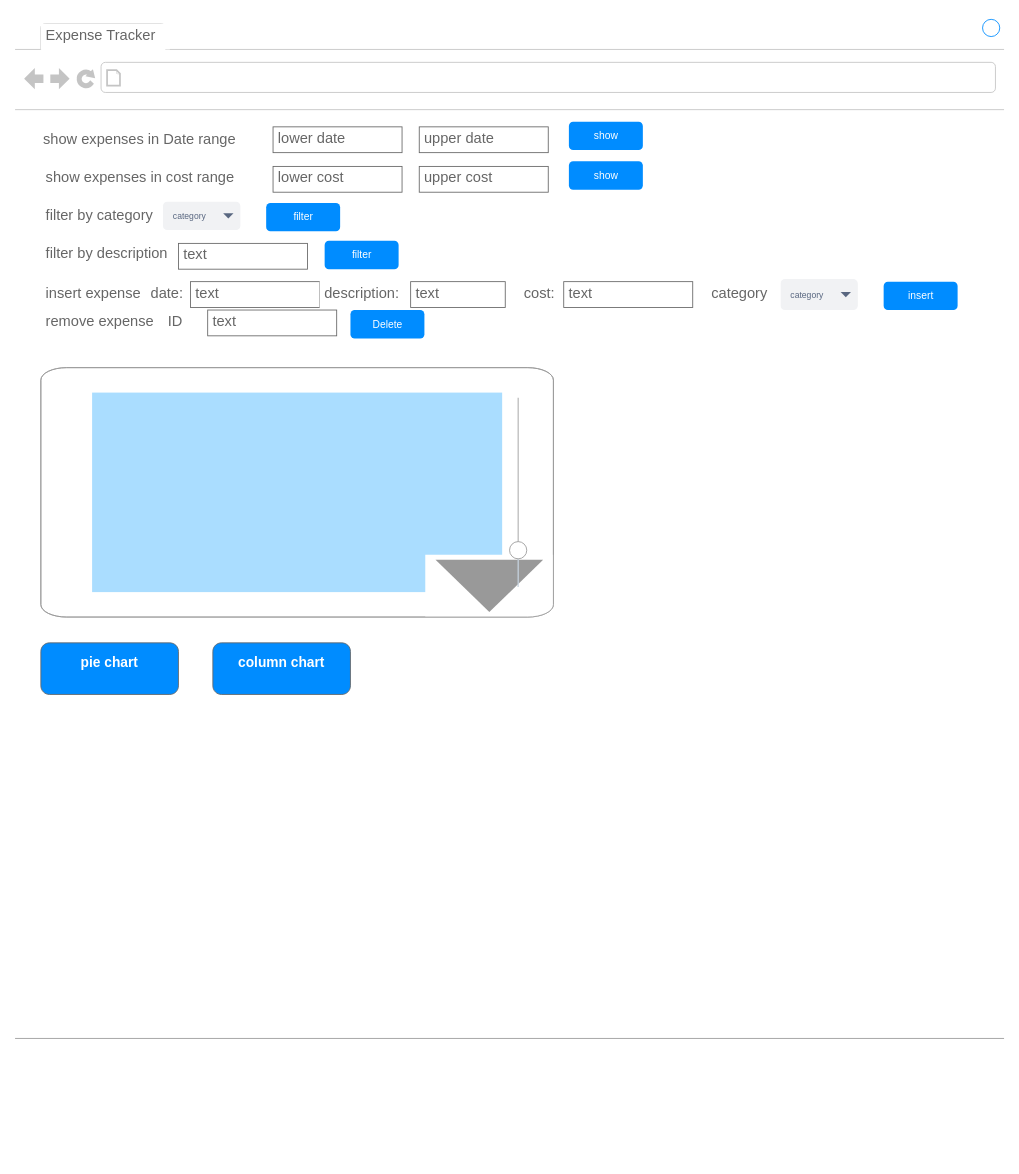
Expense-Tracker-BA/Expense-Tracker keeps this draw.io diagram as Docs/window_design.drawio. Above is the earlier version. Source tidied: cells renumbered, new cells numbered last; positions are measured from the earlier drawing's top-left corner, leaving out a move shared by most shapes. Both pictures are drawn from the tidied source at 86%, with x=0, y=0 at pixel (15, 15).
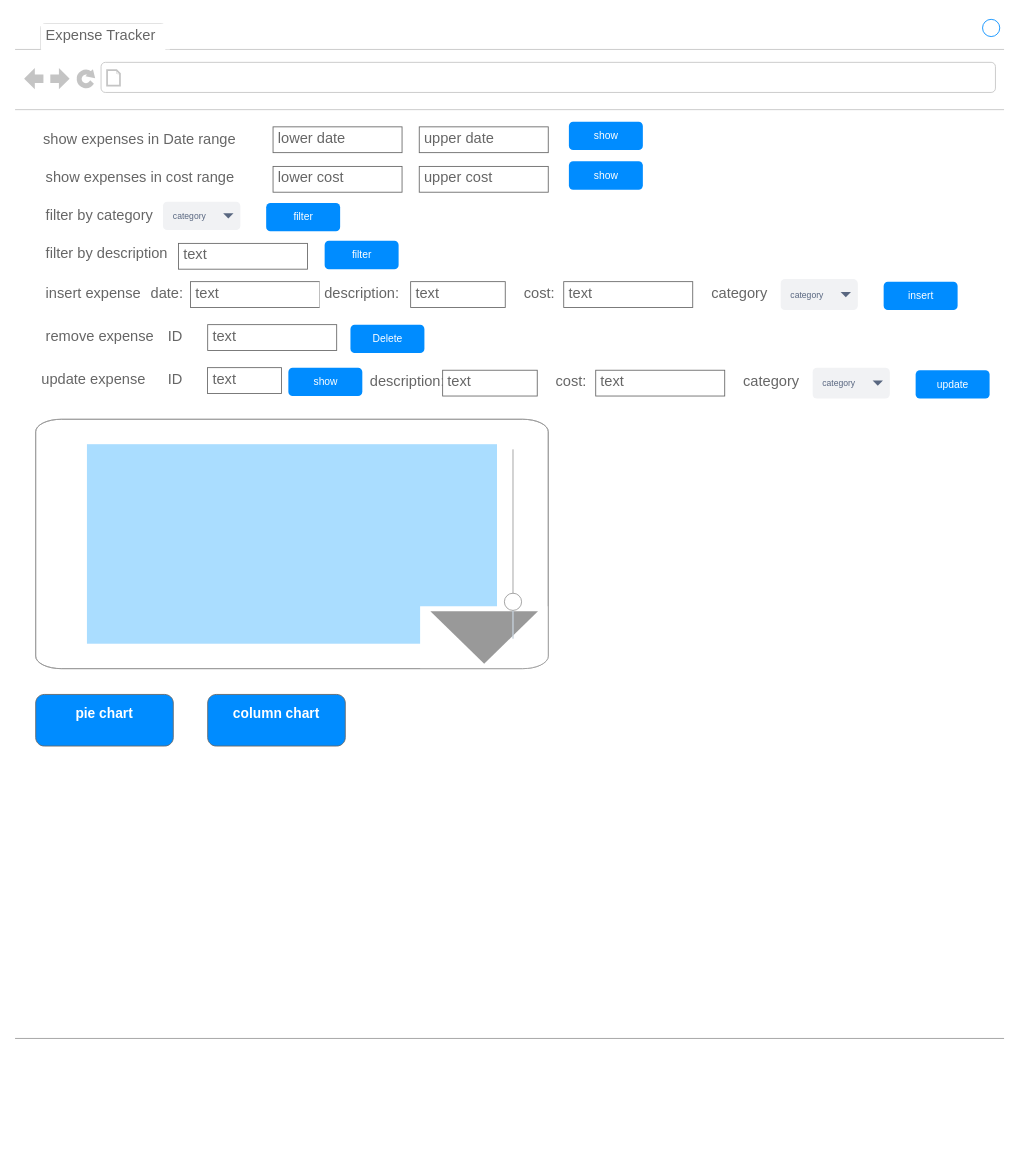
The same diagram, later.

Commit message:
added update option to the window design

The change refers to these unchanged cells:
```xml
<mxCell id="2" style="strokeWidth=1;shadow=0;dashed=0;align=center;html=1;shape=mxgraph.mockup.containers.browserWindow;rSize=0;strokeColor2=#008cff;strokeColor3=#c4c4c4;mainText=,;strokeColor=#FFFFFF;fontColor=#FFFFFF;" parent="1" vertex="1">
  <mxGeometry width="1150" height="1330" as="geometry" />
</mxCell>
```

What changed in the source:
```diff
@@
     <mxCell id="7" style="strokeWidth=1;shadow=0;dashed=0;align=center;html=1;shape=mxgraph.mockup.buttons.multiButton;fillColor=#008cff;strokeColor=#666666;mainText=;subText=;fontSize=13;fontColor=#0066CC;" parent="2" vertex="1">
-      <mxGeometry x="30" y="730" width="160" height="60" as="geometry" />
+      <mxGeometry x="24" y="790" width="160" height="60" as="geometry" />
     </mxCell>
@@
     <mxCell id="14" style="verticalLabelPosition=bottom;shadow=0;dashed=0;align=center;html=1;verticalAlign=top;strokeWidth=1;shape=mxgraph.mockup.forms.colorPicker;chosenColor=#aaddff;" parent="2" vertex="1">
-      <mxGeometry x="30" y="410" width="596" height="290" as="geometry" />
+      <mxGeometry x="24" y="470" width="596" height="290" as="geometry" />
     </mxCell>
     <mxCell id="15" style="verticalLabelPosition=bottom;shadow=0;dashed=0;align=center;html=1;verticalAlign=top;strokeWidth=1;shape=mxgraph.mockup.forms.horSlider;strokeColor=#999999;sliderStyle=basic;sliderPos=17.955;handleStyle=circle;fillColor2=#ddeeff;direction=north;" parent="2" vertex="1">
-      <mxGeometry x="570" y="445" width="30" height="220" as="geometry" />
+      <mxGeometry x="564" y="505" width="30" height="220" as="geometry" />
     </mxCell>
@@
     <mxCell id="35" value="remove expense" style="strokeWidth=1;shadow=0;dashed=0;align=center;html=1;shape=mxgraph.mockup.text.textBox;fontColor=#666666;align=left;fontSize=17;spacingLeft=4;spacingTop=-3;whiteSpace=wrap;strokeColor=none;mainText=;" parent="2" vertex="1">
-      <mxGeometry x="30" y="343" width="140" height="30" as="geometry" />
+      <mxGeometry x="30" y="360" width="140" height="30" as="geometry" />
     </mxCell>
     <mxCell id="36" value="ID" style="strokeWidth=1;shadow=0;dashed=0;align=center;html=1;shape=mxgraph.mockup.text.textBox;fontColor=#666666;align=left;fontSize=17;spacingLeft=4;spacingTop=-3;whiteSpace=wrap;strokeColor=none;mainText=;" parent="2" vertex="1">
-      <mxGeometry x="172" y="343" width="130" height="30" as="geometry" />
+      <mxGeometry x="172" y="360" width="130" height="30" as="geometry" />
     </mxCell>
     <mxCell id="37" value="text" style="strokeWidth=1;shadow=0;dashed=0;align=center;html=1;shape=mxgraph.mockup.text.textBox;fontColor=#666666;align=left;fontSize=17;spacingLeft=4;spacingTop=-3;whiteSpace=wrap;strokeColor=#666666;mainText=;" parent="2" vertex="1">
-      <mxGeometry x="224" y="343" width="150" height="30" as="geometry" />
+      <mxGeometry x="224" y="360" width="150" height="30" as="geometry" />
     </mxCell>
     <mxCell id="38" value="Delete" style="rounded=1;align=center;strokeColor=none;html=1;fontColor=#ffffff;fontSize=12;fillColor=#008CFF;" parent="2" vertex="1">
-      <mxGeometry x="390" y="343" width="86" height="33" as="geometry" />
+      <mxGeometry x="390" y="360" width="86" height="33" as="geometry" />
     </mxCell>
     <mxCell id="39" style="strokeWidth=1;shadow=0;dashed=0;align=center;html=1;shape=mxgraph.mockup.buttons.multiButton;fillColor=#008cff;strokeColor=#666666;mainText=;subText=;fontSize=13;fontColor=#0066CC;" parent="2" vertex="1">
-      <mxGeometry x="230" y="730" width="160" height="60" as="geometry" />
+      <mxGeometry x="224" y="790" width="160" height="60" as="geometry" />
     </mxCell>
@@
+    <mxCell id="43" value="update expense" style="strokeWidth=1;shadow=0;dashed=0;align=center;html=1;shape=mxgraph.mockup.text.textBox;fontColor=#666666;align=left;fontSize=17;spacingLeft=4;spacingTop=-3;whiteSpace=wrap;strokeColor=none;mainText=;" parent="2" vertex="1">
+      <mxGeometry x="24.8" y="410" width="140" height="30" as="geometry" />
+    </mxCell>
+    <mxCell id="44" value="ID" style="strokeWidth=1;shadow=0;dashed=0;align=center;html=1;shape=mxgraph.mockup.text.textBox;fontColor=#666666;align=left;fontSize=17;spacingLeft=4;spacingTop=-3;whiteSpace=wrap;strokeColor=none;mainText=;" parent="2" vertex="1">
+      <mxGeometry x="171.8" y="410" width="130" height="30" as="geometry" />
+    </mxCell>
+    <mxCell id="45" value="text" style="strokeWidth=1;shadow=0;dashed=0;align=center;html=1;shape=mxgraph.mockup.text.textBox;fontColor=#666666;align=left;fontSize=17;spacingLeft=4;spacingTop=-3;whiteSpace=wrap;strokeColor=#666666;mainText=;" parent="2" vertex="1">
+      <mxGeometry x="223.8" y="410" width="86" height="30" as="geometry" />
+    </mxCell>
+    <mxCell id="46" value="show" style="rounded=1;align=center;strokeColor=none;html=1;fontColor=#ffffff;fontSize=12;fillColor=#008CFF;" parent="2" vertex="1">
+      <mxGeometry x="317.8" y="410" width="86" height="33" as="geometry" />
+    </mxCell>
+    <mxCell id="47" value="description:" style="strokeWidth=1;shadow=0;dashed=0;align=center;html=1;shape=mxgraph.mockup.text.textBox;fontColor=#666666;align=left;fontSize=17;spacingLeft=4;spacingTop=-3;whiteSpace=wrap;strokeColor=none;mainText=;" parent="2" vertex="1">
+      <mxGeometry x="407.2" y="413" width="130" height="30" as="geometry" />
+    </mxCell>
+    <mxCell id="48" value="category" style="rounded=1;fillColor=#F1F2F4;strokeColor=none;html=1;fontColor=#596780;align=left;fontSize=10;spacingLeft=10;" parent="2" vertex="1">
+      <mxGeometry x="927.2" y="410" width="90" height="36" as="geometry" />
+    </mxCell>
+    <mxCell id="49" style="shape=triangle;direction=south;fillColor=#596780;strokeColor=none;html=1;" parent="48" vertex="1">
+      <mxGeometry x="1" y="0.5" width="12" height="6" relative="1" as="geometry">
+        <mxPoint x="-20" y="-3" as="offset" />
+      </mxGeometry>
+    </mxCell>
+    <mxCell id="50" value="text" style="strokeWidth=1;shadow=0;dashed=0;align=center;html=1;shape=mxgraph.mockup.text.textBox;fontColor=#666666;align=left;fontSize=17;spacingLeft=4;spacingTop=-3;whiteSpace=wrap;strokeColor=#666666;mainText=;" parent="2" vertex="1">
+      <mxGeometry x="497.2" y="413" width="110" height="30" as="geometry" />
+    </mxCell>
+    <mxCell id="51" value="cost:" style="strokeWidth=1;shadow=0;dashed=0;align=center;html=1;shape=mxgraph.mockup.text.textBox;fontColor=#666666;align=left;fontSize=17;spacingLeft=4;spacingTop=-3;whiteSpace=wrap;strokeColor=none;mainText=;" parent="2" vertex="1">
+      <mxGeometry x="623.2" y="413" width="130" height="30" as="geometry" />
+    </mxCell>
+    <mxCell id="52" value="text" style="strokeWidth=1;shadow=0;dashed=0;align=center;html=1;shape=mxgraph.mockup.text.textBox;fontColor=#666666;align=left;fontSize=17;spacingLeft=4;spacingTop=-3;whiteSpace=wrap;strokeColor=#666666;mainText=;" parent="2" vertex="1">
+      <mxGeometry x="675.2" y="413" width="150" height="30" as="geometry" />
+    </mxCell>
+    <mxCell id="53" value="category" style="strokeWidth=1;shadow=0;dashed=0;align=center;html=1;shape=mxgraph.mockup.text.textBox;fontColor=#666666;align=left;fontSize=17;spacingLeft=4;spacingTop=-3;whiteSpace=wrap;strokeColor=none;mainText=;" parent="2" vertex="1">
+      <mxGeometry x="841.2" y="413" width="86" height="30" as="geometry" />
+    </mxCell>
+    <mxCell id="54" value="update" style="rounded=1;align=center;strokeColor=none;html=1;fontColor=#ffffff;fontSize=12;fillColor=#008CFF;" parent="2" vertex="1">
+      <mxGeometry x="1047.2" y="413" width="86" height="33" as="geometry" />
+    </mxCell>
```
